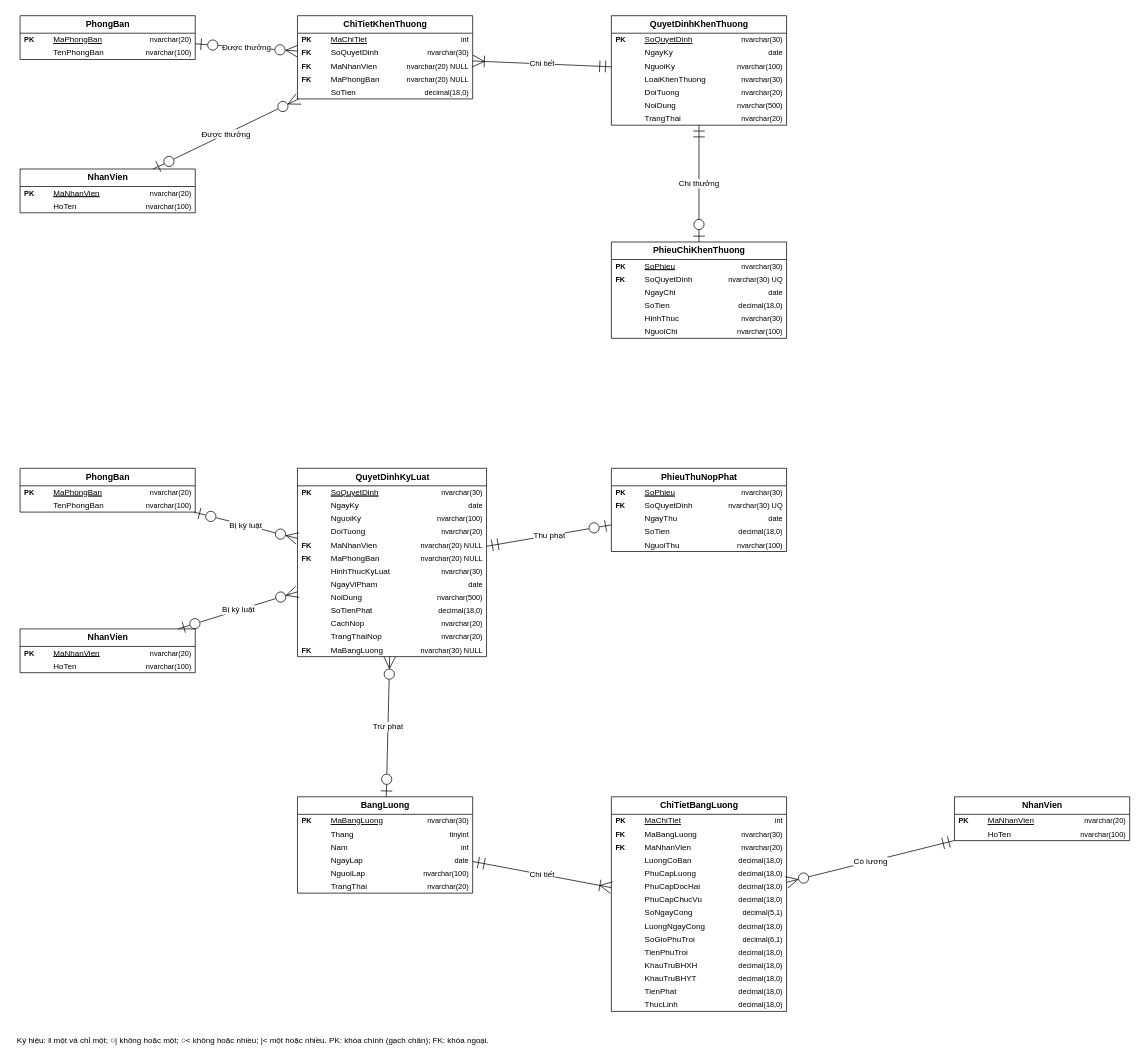
Earlier version of the draw.io diagram IMAGES/LAB7/22_Hinh_22_ERD_phan_3_khen_thuong_ky_luat_bang_luong.drawio (quynh26072005/LAB_OOSD). Source tidied: cells renumbered, new cells numbered last; positions are measured from the earlier drawing's top-left corner, leaving out a move shared by most shapes. Both pictures are drawn from the tidied source at 73%, with x=0, y=0 at pixel (12, 15).
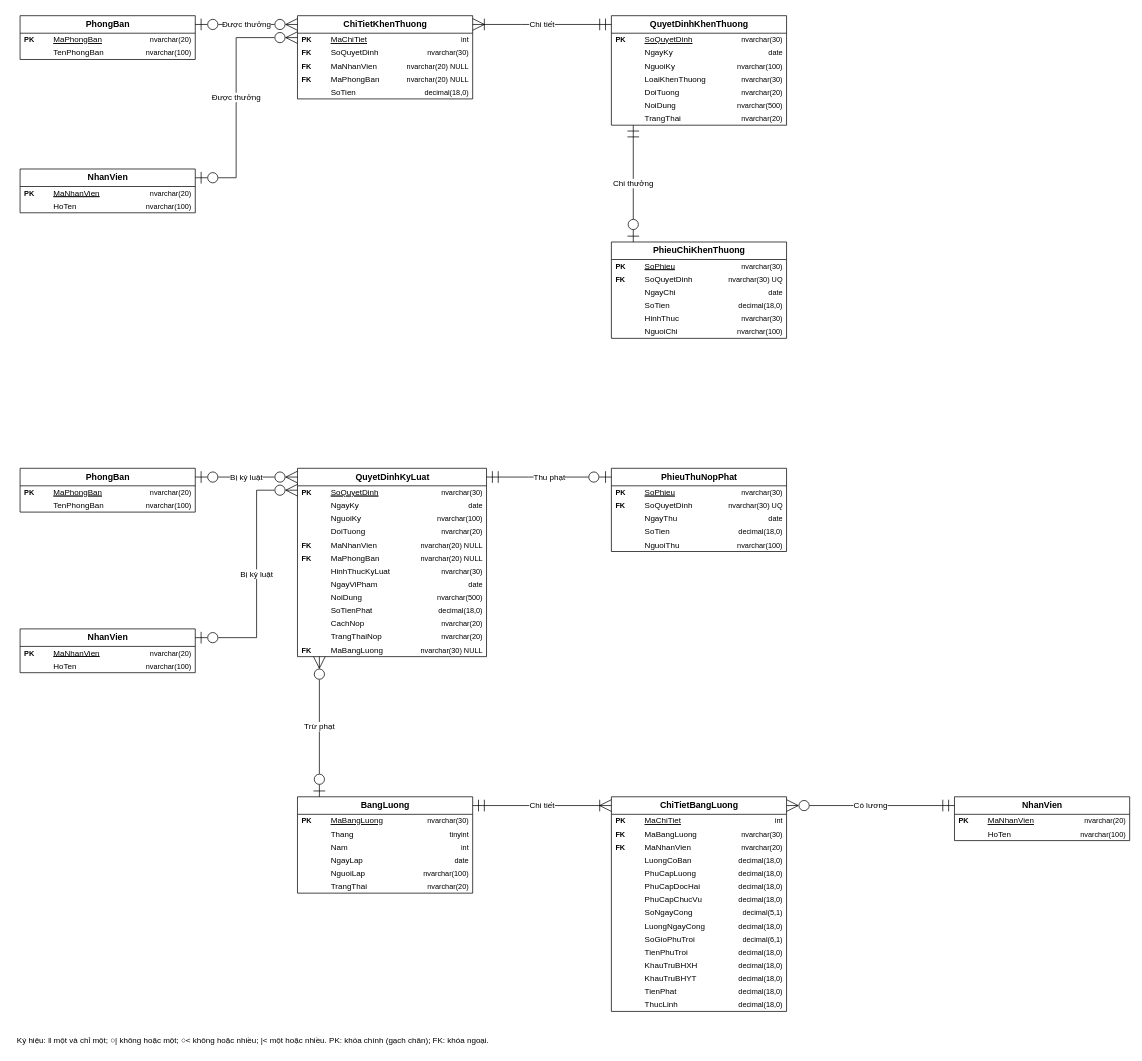
Above is the later version.

Unchanged cells that the change refers to:
```xml
<mxCell id="2" value="&lt;b&gt;PhongBan&lt;/b&gt;" style="swimlane;fontStyle=1;horizontal=1;startSize=24;html=1;strokeColor=#000000;fillColor=#FFFFFF;fontColor=#000000;fontSize=12;" parent="1" vertex="1">
  <mxGeometry x="10" width="240" height="60" as="geometry" />
</mxCell>
<mxCell id="9" value="&lt;b&gt;NhanVien&lt;/b&gt;" style="swimlane;fontStyle=1;horizontal=1;startSize=24;html=1;strokeColor=#000000;fillColor=#FFFFFF;fontColor=#000000;fontSize=12;" parent="1" vertex="1">
  <mxGeometry x="10" y="210" width="240" height="60" as="geometry" />
</mxCell>
<mxCell id="16" value="&lt;b&gt;ChiTietKhenThuong&lt;/b&gt;" style="swimlane;fontStyle=1;horizontal=1;startSize=24;html=1;strokeColor=#000000;fillColor=#FFFFFF;fontColor=#000000;fontSize=12;" parent="1" vertex="1">
  <mxGeometry x="390" width="240" height="114" as="geometry" />
</mxCell>
<mxCell id="32" value="&lt;b&gt;QuyetDinhKhenThuong&lt;/b&gt;" style="swimlane;fontStyle=1;horizontal=1;startSize=24;html=1;strokeColor=#000000;fillColor=#FFFFFF;fontColor=#000000;fontSize=12;" parent="1" vertex="1">
  <mxGeometry x="820" width="240" height="150" as="geometry" />
</mxCell>
<mxCell id="54" value="&lt;b&gt;PhieuChiKhenThuong&lt;/b&gt;" style="swimlane;fontStyle=1;horizontal=1;startSize=24;html=1;strokeColor=#000000;fillColor=#FFFFFF;fontColor=#000000;fontSize=12;" parent="1" vertex="1">
  <mxGeometry x="820" y="310" width="240" height="132" as="geometry" />
</mxCell>
<mxCell id="73" value="&lt;b&gt;PhongBan&lt;/b&gt;" style="swimlane;fontStyle=1;horizontal=1;startSize=24;html=1;strokeColor=#000000;fillColor=#FFFFFF;fontColor=#000000;fontSize=12;" parent="1" vertex="1">
  <mxGeometry x="10" y="620" width="240" height="60" as="geometry" />
</mxCell>
<mxCell id="80" value="&lt;b&gt;NhanVien&lt;/b&gt;" style="swimlane;fontStyle=1;horizontal=1;startSize=24;html=1;strokeColor=#000000;fillColor=#FFFFFF;fontColor=#000000;fontSize=12;" parent="1" vertex="1">
  <mxGeometry x="10" y="840" width="240" height="60" as="geometry" />
</mxCell>
<mxCell id="87" value="&lt;b&gt;QuyetDinhKyLuat&lt;/b&gt;" style="swimlane;fontStyle=1;horizontal=1;startSize=24;html=1;strokeColor=#000000;fillColor=#FFFFFF;fontColor=#000000;fontSize=12;" parent="1" vertex="1">
  <mxGeometry x="390" y="620" width="259" height="258" as="geometry" />
</mxCell>
<mxCell id="127" value="&lt;b&gt;PhieuThuNopPhat&lt;/b&gt;" style="swimlane;fontStyle=1;horizontal=1;startSize=24;html=1;strokeColor=#000000;fillColor=#FFFFFF;fontColor=#000000;fontSize=12;" parent="1" vertex="1">
  <mxGeometry x="820" y="620" width="240" height="114" as="geometry" />
</mxCell>
<mxCell id="143" value="&lt;b&gt;BangLuong&lt;/b&gt;" style="swimlane;fontStyle=1;horizontal=1;startSize=24;html=1;strokeColor=#000000;fillColor=#FFFFFF;fontColor=#000000;fontSize=12;" parent="1" vertex="1">
  <mxGeometry x="390" y="1070" width="240" height="132" as="geometry" />
</mxCell>
<mxCell id="162" value="&lt;b&gt;ChiTietBangLuong&lt;/b&gt;" style="swimlane;fontStyle=1;horizontal=1;startSize=24;html=1;strokeColor=#000000;fillColor=#FFFFFF;fontColor=#000000;fontSize=12;" parent="1" vertex="1">
  <mxGeometry x="820" y="1070" width="240" height="294" as="geometry" />
</mxCell>
<mxCell id="208" value="&lt;b&gt;NhanVien&lt;/b&gt;" style="swimlane;fontStyle=1;horizontal=1;startSize=24;html=1;strokeColor=#000000;fillColor=#FFFFFF;fontColor=#000000;fontSize=12;" parent="1" vertex="1">
  <mxGeometry x="1290" y="1070" width="240" height="60" as="geometry" />
</mxCell>
```

The edit, as a diff of the source:
```diff
@@
-    <mxCell id="215" value="Được thưởng" style="html=1;rounded=0;strokeColor=#000000;fontColor=#000000;fontSize=11;endArrow=ERzeroToMany;endFill=0;endSize=14;startArrow=ERzeroToOne;startFill=0;startSize=14;labelBackgroundColor=#FFFFFF;" parent="1" edge="1" source="2" target="16">
-      <mxGeometry relative="1" as="geometry" />
+    <mxCell id="215" value="Được thưởng" style="html=1;rounded=0;strokeColor=#000000;fontColor=#000000;fontSize=11;endArrow=ERzeroToMany;endFill=0;endSize=14;startArrow=ERzeroToOne;startFill=0;startSize=14;labelBackgroundColor=#FFFFFF;exitX=1.0000;exitY=0.2000;exitDx=0;exitDy=0;entryX=0.0000;entryY=0.1053;entryDx=0;entryDy=0;" parent="1" edge="1" source="2" target="16">
+      <mxGeometry relative="1" as="geometry">
+        <Array as="points">
+          <mxPoint x="292" y="12" />
+          <mxPoint x="292" y="12" />
+        </Array>
+      </mxGeometry>
     </mxCell>
-    <mxCell id="216" value="Được thưởng" style="html=1;rounded=0;strokeColor=#000000;fontColor=#000000;fontSize=11;endArrow=ERzeroToMany;endFill=0;endSize=14;startArrow=ERzeroToOne;startFill=0;startSize=14;labelBackgroundColor=#FFFFFF;" parent="1" edge="1" source="9" target="16">
-      <mxGeometry relative="1" as="geometry" />
+    <mxCell id="216" value="Được thưởng" style="html=1;rounded=0;strokeColor=#000000;fontColor=#000000;fontSize=11;endArrow=ERzeroToMany;endFill=0;endSize=14;startArrow=ERzeroToOne;startFill=0;startSize=14;labelBackgroundColor=#FFFFFF;exitX=1.0000;exitY=0.2000;exitDx=0;exitDy=0;entryX=0.0000;entryY=0.2632;entryDx=0;entryDy=0;" parent="1" edge="1" source="9" target="16">
+      <mxGeometry relative="1" as="geometry">
+        <Array as="points">
+          <mxPoint x="306" y="222" />
+          <mxPoint x="306" y="30" />
+        </Array>
+      </mxGeometry>
     </mxCell>
-    <mxCell id="217" value="Chi tiết" style="html=1;rounded=0;strokeColor=#000000;fontColor=#000000;fontSize=11;endArrow=ERoneToMany;endFill=0;endSize=14;startArrow=ERmandOne;startFill=0;startSize=14;labelBackgroundColor=#FFFFFF;" parent="1" edge="1" source="32" target="16">
-      <mxGeometry relative="1" as="geometry" />
+    <mxCell id="217" value="Chi tiết" style="html=1;rounded=0;strokeColor=#000000;fontColor=#000000;fontSize=11;endArrow=ERoneToMany;endFill=0;endSize=14;startArrow=ERmandOne;startFill=0;startSize=14;labelBackgroundColor=#FFFFFF;exitX=0.0000;exitY=0.0800;exitDx=0;exitDy=0;entryX=1.0000;entryY=0.1053;entryDx=0;entryDy=0;" parent="1" edge="1" source="32" target="16">
+      <mxGeometry relative="1" as="geometry">
+        <Array as="points">
+          <mxPoint x="697" y="12" />
+          <mxPoint x="697" y="12" />
+        </Array>
+      </mxGeometry>
     </mxCell>
-    <mxCell id="218" value="Chi thưởng" style="html=1;rounded=0;strokeColor=#000000;fontColor=#000000;fontSize=11;endArrow=ERzeroToOne;endFill=0;endSize=14;startArrow=ERmandOne;startFill=0;startSize=14;labelBackgroundColor=#FFFFFF;" parent="1" edge="1" source="32" target="54">
+    <mxCell id="218" value="Chi thưởng" style="html=1;rounded=0;strokeColor=#000000;fontColor=#000000;fontSize=11;endArrow=ERzeroToOne;endFill=0;endSize=14;startArrow=ERmandOne;startFill=0;startSize=14;labelBackgroundColor=#FFFFFF;exitX=0.1250;exitY=1.0000;exitDx=0;exitDy=0;entryX=0.1250;entryY=0.0000;entryDx=0;entryDy=0;" parent="1" edge="1" source="32" target="54">
       <mxGeometry relative="1" as="geometry" />
     </mxCell>
-    <mxCell id="219" value="Bị kỷ luật" style="html=1;rounded=0;strokeColor=#000000;fontColor=#000000;fontSize=11;endArrow=ERzeroToMany;endFill=0;endSize=14;startArrow=ERzeroToOne;startFill=0;startSize=14;labelBackgroundColor=#FFFFFF;" parent="1" edge="1" source="73" target="87">
-      <mxGeometry relative="1" as="geometry" />
+    <mxCell id="219" value="Bị kỷ luật" style="html=1;rounded=0;strokeColor=#000000;fontColor=#000000;fontSize=11;endArrow=ERzeroToMany;endFill=0;endSize=14;startArrow=ERzeroToOne;startFill=0;startSize=14;labelBackgroundColor=#FFFFFF;exitX=1.0000;exitY=0.2000;exitDx=0;exitDy=0;entryX=0.0000;entryY=0.0465;entryDx=0;entryDy=0;" parent="1" edge="1" source="73" target="87">
+      <mxGeometry relative="1" as="geometry">
+        <Array as="points">
+          <mxPoint x="320" y="632" />
+          <mxPoint x="320" y="632" />
+        </Array>
+      </mxGeometry>
     </mxCell>
-    <mxCell id="220" value="Bị kỷ luật" style="html=1;rounded=0;strokeColor=#000000;fontColor=#000000;fontSize=11;endArrow=ERzeroToMany;endFill=0;endSize=14;startArrow=ERzeroToOne;startFill=0;startSize=14;labelBackgroundColor=#FFFFFF;" parent="1" edge="1" source="80" target="87">
-      <mxGeometry relative="1" as="geometry" />
+    <mxCell id="220" value="Bị kỷ luật" style="html=1;rounded=0;strokeColor=#000000;fontColor=#000000;fontSize=11;endArrow=ERzeroToMany;endFill=0;endSize=14;startArrow=ERzeroToOne;startFill=0;startSize=14;labelBackgroundColor=#FFFFFF;exitX=1.0000;exitY=0.2000;exitDx=0;exitDy=0;entryX=0.0000;entryY=0.1163;entryDx=0;entryDy=0;" parent="1" edge="1" source="80" target="87">
+      <mxGeometry relative="1" as="geometry">
+        <Array as="points">
+          <mxPoint x="334" y="852" />
+          <mxPoint x="334" y="650" />
+        </Array>
+      </mxGeometry>
     </mxCell>
-    <mxCell id="221" value="Thu phạt" style="html=1;rounded=0;strokeColor=#000000;fontColor=#000000;fontSize=11;endArrow=ERzeroToOne;endFill=0;endSize=14;startArrow=ERmandOne;startFill=0;startSize=14;labelBackgroundColor=#FFFFFF;" parent="1" edge="1" source="87" target="127">
-      <mxGeometry relative="1" as="geometry" />
+    <mxCell id="221" value="Thu phạt" style="html=1;rounded=0;strokeColor=#000000;fontColor=#000000;fontSize=11;endArrow=ERzeroToOne;endFill=0;endSize=14;startArrow=ERmandOne;startFill=0;startSize=14;labelBackgroundColor=#FFFFFF;exitX=1.0000;exitY=0.0465;exitDx=0;exitDy=0;entryX=0.0000;entryY=0.1053;entryDx=0;entryDy=0;" parent="1" edge="1" source="87" target="127">
+      <mxGeometry relative="1" as="geometry">
+        <Array as="points">
+          <mxPoint x="706.5" y="632" />
+          <mxPoint x="706.5" y="632" />
+        </Array>
+      </mxGeometry>
     </mxCell>
-    <mxCell id="222" value="Trừ phạt" style="html=1;rounded=0;strokeColor=#000000;fontColor=#000000;fontSize=11;endArrow=ERzeroToMany;endFill=0;endSize=14;startArrow=ERzeroToOne;startFill=0;startSize=14;labelBackgroundColor=#FFFFFF;" parent="1" edge="1" source="143" target="87">
+    <mxCell id="222" value="Trừ phạt" style="html=1;rounded=0;strokeColor=#000000;fontColor=#000000;fontSize=11;endArrow=ERzeroToMany;endFill=0;endSize=14;startArrow=ERzeroToOne;startFill=0;startSize=14;labelBackgroundColor=#FFFFFF;exitX=0.1250;exitY=0.0000;exitDx=0;exitDy=0;entryX=0.1158;entryY=1.0000;entryDx=0;entryDy=0;" parent="1" edge="1" source="143" target="87">
       <mxGeometry relative="1" as="geometry" />
     </mxCell>
-    <mxCell id="223" value="Chi tiết" style="html=1;rounded=0;strokeColor=#000000;fontColor=#000000;fontSize=11;endArrow=ERoneToMany;endFill=0;endSize=14;startArrow=ERmandOne;startFill=0;startSize=14;labelBackgroundColor=#FFFFFF;" parent="1" edge="1" source="143" target="162">
-      <mxGeometry relative="1" as="geometry" />
+    <mxCell id="223" value="Chi tiết" style="html=1;rounded=0;strokeColor=#000000;fontColor=#000000;fontSize=11;endArrow=ERoneToMany;endFill=0;endSize=14;startArrow=ERmandOne;startFill=0;startSize=14;labelBackgroundColor=#FFFFFF;exitX=1.0000;exitY=0.0909;exitDx=0;exitDy=0;entryX=0.0000;entryY=0.0408;entryDx=0;entryDy=0;" parent="1" edge="1" source="143" target="162">
+      <mxGeometry relative="1" as="geometry">
+        <Array as="points">
+          <mxPoint x="711" y="1082" />
+          <mxPoint x="711" y="1082" />
+        </Array>
+      </mxGeometry>
     </mxCell>
-    <mxCell id="224" value="Có lương" style="html=1;rounded=0;strokeColor=#000000;fontColor=#000000;fontSize=11;endArrow=ERzeroToMany;endFill=0;endSize=14;startArrow=ERmandOne;startFill=0;startSize=14;labelBackgroundColor=#FFFFFF;" parent="1" edge="1" source="208" target="162">
-      <mxGeometry relative="1" as="geometry" />
+    <mxCell id="224" value="Có lương" style="html=1;rounded=0;strokeColor=#000000;fontColor=#000000;fontSize=11;endArrow=ERzeroToMany;endFill=0;endSize=14;startArrow=ERmandOne;startFill=0;startSize=14;labelBackgroundColor=#FFFFFF;exitX=0.0000;exitY=0.2000;exitDx=0;exitDy=0;entryX=1.0000;entryY=0.0408;entryDx=0;entryDy=0;" parent="1" edge="1" source="208" target="162">
+      <mxGeometry relative="1" as="geometry">
+        <Array as="points">
+          <mxPoint x="1147" y="1082" />
+          <mxPoint x="1147" y="1082" />
+        </Array>
+      </mxGeometry>
     </mxCell>
```
